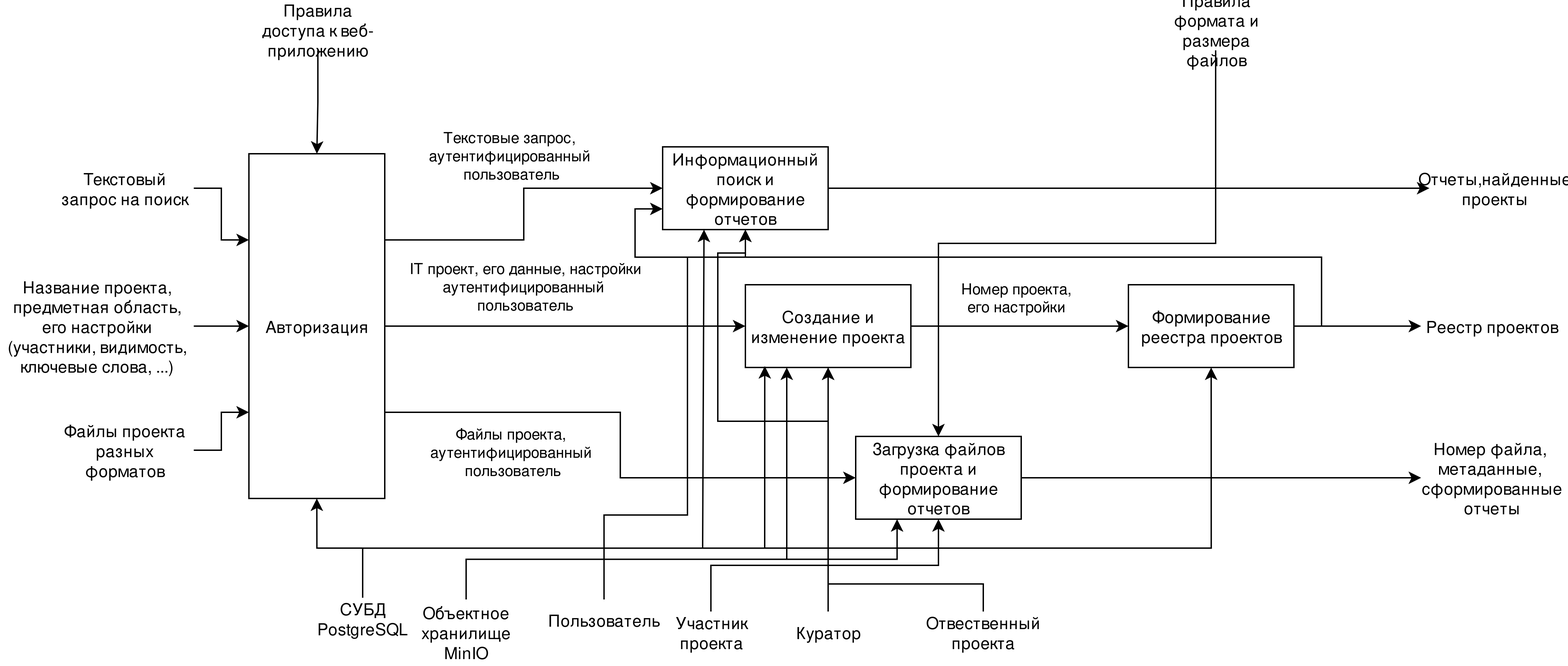
Denisius664/report_projecthub keeps this draw.io diagram as images/idef0_1.png. Above is the earlier version. Source tidied: cells renumbered, new cells last; positions are measured from the earlier drawing's top-left corner, leaving out a move shared by most shapes. Its diagram source:
```xml
<mxGraphModel>
  <root>
    <mxCell id="0" />
    <mxCell id="1" parent="0" />
    <mxCell id="2" style="edgeStyle=orthogonalEdgeStyle;rounded=0;jettySize=auto;html=1;exitX=1;exitY=0.5;exitDx=0;exitDy=0;entryX=0;entryY=0.5;entryDx=0;entryDy=0;" parent="1" edge="1" source="3" target="22">
      <mxGeometry relative="1" as="geometry" />
    </mxCell>
    <mxCell id="3" value="Название проекта, предметная область, его настройки (участники, видимость, ключевые слова, ...)" style="text;html=1;align=center;verticalAlign=middle;whiteSpace=wrap;rounded=0;" parent="1" vertex="1">
      <mxGeometry y="185" width="140" height="90" as="geometry" />
    </mxCell>
    <mxCell id="4" style="edgeStyle=orthogonalEdgeStyle;rounded=0;jettySize=auto;html=1;exitX=0.5;exitY=1;exitDx=0;exitDy=0;entryX=0.5;entryY=0;entryDx=0;entryDy=0;" parent="1" edge="1" source="5" target="22">
      <mxGeometry relative="1" as="geometry" />
    </mxCell>
    <mxCell id="5" value="Правила доступа к веб-приложению" style="text;html=1;align=center;verticalAlign=middle;whiteSpace=wrap;rounded=0;" parent="1" vertex="1">
      <mxGeometry x="180" width="100" height="30" as="geometry" />
    </mxCell>
    <mxCell id="6" style="edgeStyle=orthogonalEdgeStyle;rounded=0;jettySize=auto;html=1;exitX=0.5;exitY=1;exitDx=0;exitDy=0;entryX=0.5;entryY=0;entryDx=0;entryDy=0;" parent="1" edge="1" source="7" target="16">
      <mxGeometry relative="1" as="geometry" />
    </mxCell>
    <mxCell id="7" value="Правила формата и размера файлов" style="text;html=1;align=center;verticalAlign=middle;whiteSpace=wrap;rounded=0;" parent="1" vertex="1">
      <mxGeometry x="832.5" width="97" height="30" as="geometry" />
    </mxCell>
    <mxCell id="8" value="Отчеты,найденные проекты" style="text;html=1;align=center;verticalAlign=middle;whiteSpace=wrap;rounded=0;" parent="1" vertex="1">
      <mxGeometry x="1036" y="100" width="95" height="60" as="geometry" />
    </mxCell>
    <mxCell id="9" style="edgeStyle=orthogonalEdgeStyle;rounded=0;jettySize=auto;html=1;exitX=1;exitY=0.5;exitDx=0;exitDy=0;entryX=0;entryY=0.25;entryDx=0;entryDy=0;" parent="1" edge="1" source="10" target="22">
      <mxGeometry relative="1" as="geometry" />
    </mxCell>
    <mxCell id="10" value="Текстовый запрос на поиск" style="text;html=1;align=center;verticalAlign=middle;whiteSpace=wrap;rounded=0;" parent="1" vertex="1">
      <mxGeometry x="40" y="110" width="100" height="40" as="geometry" />
    </mxCell>
    <mxCell id="11" style="edgeStyle=orthogonalEdgeStyle;rounded=0;jettySize=auto;html=1;exitX=1;exitY=0.5;exitDx=0;exitDy=0;entryX=0;entryY=0.5;entryDx=0;entryDy=0;" parent="1" edge="1" source="12" target="8">
      <mxGeometry relative="1" as="geometry" />
    </mxCell>
    <mxCell id="12" value="Информационный поиск и формирование отчетов" style="rounded=0;whiteSpace=wrap;html=1;" parent="1" vertex="1">
      <mxGeometry x="480" y="100" width="120" height="60" as="geometry" />
    </mxCell>
    <mxCell id="13" style="edgeStyle=orthogonalEdgeStyle;rounded=0;jettySize=auto;html=1;exitX=1;exitY=0.5;exitDx=0;exitDy=0;entryX=0;entryY=0.5;entryDx=0;entryDy=0;" parent="1" edge="1" source="14" target="33">
      <mxGeometry relative="1" as="geometry" />
    </mxCell>
    <mxCell id="14" value="Создание и изменение проекта" style="rounded=0;whiteSpace=wrap;html=1;" parent="1" vertex="1">
      <mxGeometry x="540" y="200" width="120" height="60" as="geometry" />
    </mxCell>
    <mxCell id="15" style="edgeStyle=orthogonalEdgeStyle;rounded=0;jettySize=auto;html=1;exitX=1;exitY=0.5;exitDx=0;exitDy=0;entryX=0;entryY=0.5;entryDx=0;entryDy=0;" parent="1" edge="1" source="16" target="23">
      <mxGeometry relative="1" as="geometry" />
    </mxCell>
    <mxCell id="16" value="Загрузка файлов проекта и формирование отчетов" style="rounded=0;whiteSpace=wrap;html=1;" parent="1" vertex="1">
      <mxGeometry x="620" y="310" width="120" height="60" as="geometry" />
    </mxCell>
    <mxCell id="17" style="edgeStyle=orthogonalEdgeStyle;rounded=0;jettySize=auto;html=1;exitX=1;exitY=0.25;exitDx=0;exitDy=0;entryX=0;entryY=0.5;entryDx=0;entryDy=0;" parent="1" edge="1" source="22" target="12">
      <mxGeometry relative="1" as="geometry" />
    </mxCell>
    <mxCell id="18" value="&lt;div&gt;Текстовые запрос,&amp;nbsp;&lt;/div&gt;&lt;div&gt;аутентифицированный&amp;nbsp;&lt;/div&gt;&lt;div&gt;пользователь&lt;/div&gt;" style="edgeLabel;html=1;align=center;verticalAlign=middle;" parent="17" vertex="1">
      <mxGeometry x="-0.63" y="1" relative="1" as="geometry">
        <mxPoint x="47" y="-61" as="offset" />
      </mxGeometry>
    </mxCell>
    <mxCell id="19" style="edgeStyle=orthogonalEdgeStyle;rounded=0;jettySize=auto;html=1;exitX=1;exitY=0.5;exitDx=0;exitDy=0;entryX=0;entryY=0.5;entryDx=0;entryDy=0;" parent="1" edge="1" source="22" target="14">
      <mxGeometry relative="1" as="geometry" />
    </mxCell>
    <mxCell id="20" style="edgeStyle=orthogonalEdgeStyle;rounded=0;jettySize=auto;html=1;exitX=1;exitY=0.75;exitDx=0;exitDy=0;entryX=0;entryY=0.5;entryDx=0;entryDy=0;" parent="1" edge="1" source="22" target="16">
      <mxGeometry relative="1" as="geometry" />
    </mxCell>
    <mxCell id="21" value="&lt;div&gt;Файлы проекта,&amp;nbsp;&lt;/div&gt;&lt;div&gt;аутентифицированный&amp;nbsp;&lt;/div&gt;&lt;div&gt;пользователь&lt;/div&gt;" style="edgeLabel;html=1;align=center;verticalAlign=middle;" parent="20" vertex="1">
      <mxGeometry x="-0.71" y="1" relative="1" as="geometry">
        <mxPoint x="36" y="29" as="offset" />
      </mxGeometry>
    </mxCell>
    <mxCell id="22" value="Авторизация" style="rounded=0;whiteSpace=wrap;html=1;" parent="1" vertex="1">
      <mxGeometry x="180" y="105" width="98.5" height="250" as="geometry" />
    </mxCell>
    <mxCell id="23" value="&lt;div&gt;Номер файла,&amp;nbsp;&lt;/div&gt;&lt;div&gt;метаданные,&amp;nbsp;&lt;/div&gt;&lt;div&gt;сформированные отчеты&lt;/div&gt;" style="text;html=1;align=center;verticalAlign=middle;whiteSpace=wrap;rounded=0;" parent="1" vertex="1">
      <mxGeometry x="1030" y="307.5" width="102.5" height="65" as="geometry" />
    </mxCell>
    <mxCell id="24" style="edgeStyle=orthogonalEdgeStyle;rounded=0;jettySize=auto;html=1;exitX=0.5;exitY=0;exitDx=0;exitDy=0;entryX=0.5;entryY=1;entryDx=0;entryDy=0;" parent="1" edge="1" source="26" target="14">
      <mxGeometry relative="1" as="geometry">
        <Array as="points">
          <mxPoint x="600" y="417" />
          <mxPoint x="600" y="417" />
        </Array>
      </mxGeometry>
    </mxCell>
    <mxCell id="25" style="edgeStyle=orthogonalEdgeStyle;rounded=0;jettySize=auto;html=1;exitX=0.5;exitY=0;exitDx=0;exitDy=0;entryX=0.5;entryY=1;entryDx=0;entryDy=0;" parent="1" edge="1" source="26" target="12">
      <mxGeometry relative="1" as="geometry">
        <Array as="points">
          <mxPoint x="600" y="299" />
          <mxPoint x="520" y="299" />
          <mxPoint x="520" y="177" />
          <mxPoint x="540" y="177" />
        </Array>
      </mxGeometry>
    </mxCell>
    <mxCell id="26" value="Куратор" style="text;html=1;align=center;verticalAlign=middle;whiteSpace=wrap;rounded=0;" parent="1" vertex="1">
      <mxGeometry x="557.5" y="437" width="85" height="30" as="geometry" />
    </mxCell>
    <mxCell id="27" style="edgeStyle=orthogonalEdgeStyle;rounded=0;jettySize=auto;html=1;exitX=0.5;exitY=0;exitDx=0;exitDy=0;entryX=0.5;entryY=1;entryDx=0;entryDy=0;" parent="1" edge="1" source="28" target="12">
      <mxGeometry relative="1" as="geometry">
        <Array as="points">
          <mxPoint x="438" y="367" />
          <mxPoint x="498" y="367" />
          <mxPoint x="498" y="180" />
          <mxPoint x="540" y="180" />
        </Array>
      </mxGeometry>
    </mxCell>
    <mxCell id="28" value="Пользователь" style="text;html=1;align=center;verticalAlign=middle;whiteSpace=wrap;rounded=0;" parent="1" vertex="1">
      <mxGeometry x="395" y="428.1" width="85" height="30" as="geometry" />
    </mxCell>
    <mxCell id="29" value="&lt;div&gt;IT проект, его данные, настройки&lt;/div&gt;&lt;div&gt;аутентифицированный&amp;nbsp;&lt;/div&gt;&lt;div&gt;пользователь&lt;/div&gt;" style="edgeLabel;html=1;align=center;verticalAlign=middle;" parent="1" vertex="1">
      <mxGeometry x="380" y="200" as="geometry" />
    </mxCell>
    <mxCell id="30" value="&lt;div&gt;Номер проекта,&lt;/div&gt;&lt;div&gt;его настройки&lt;/div&gt;" style="edgeLabel;html=1;align=center;verticalAlign=middle;" parent="1" vertex="1">
      <mxGeometry x="738.2" y="210" as="geometry">
        <mxPoint x="-3" y="-2" as="offset" />
      </mxGeometry>
    </mxCell>
    <mxCell id="31" style="edgeStyle=orthogonalEdgeStyle;rounded=0;jettySize=auto;html=1;exitX=1;exitY=0.5;exitDx=0;exitDy=0;entryX=0;entryY=0.5;entryDx=0;entryDy=0;" parent="1" edge="1" source="33" target="34">
      <mxGeometry relative="1" as="geometry" />
    </mxCell>
    <mxCell id="32" style="edgeStyle=orthogonalEdgeStyle;rounded=0;jettySize=auto;html=1;exitX=1;exitY=0.5;exitDx=0;exitDy=0;entryX=0;entryY=0.75;entryDx=0;entryDy=0;" parent="1" edge="1" source="33" target="12">
      <mxGeometry relative="1" as="geometry" />
    </mxCell>
    <mxCell id="33" value="Формирование реестра проектов" style="rounded=0;whiteSpace=wrap;html=1;" parent="1" vertex="1">
      <mxGeometry x="817.8" y="200" width="120" height="60" as="geometry" />
    </mxCell>
    <mxCell id="34" value="Реестр проектов" style="text;html=1;align=center;verticalAlign=middle;whiteSpace=wrap;rounded=0;" parent="1" vertex="1">
      <mxGeometry x="1030" y="215" width="102.5" height="30" as="geometry" />
    </mxCell>
    <mxCell id="35" style="edgeStyle=orthogonalEdgeStyle;rounded=0;jettySize=auto;html=1;exitX=1;exitY=0.5;exitDx=0;exitDy=0;entryX=0;entryY=0.75;entryDx=0;entryDy=0;" parent="1" edge="1" source="36" target="22">
      <mxGeometry relative="1" as="geometry" />
    </mxCell>
    <mxCell id="36" value="Файлы проекта разных форматов" style="text;html=1;align=center;verticalAlign=middle;whiteSpace=wrap;rounded=0;" parent="1" vertex="1">
      <mxGeometry x="40" y="300" width="100" height="40" as="geometry" />
    </mxCell>
    <mxCell id="37" style="edgeStyle=orthogonalEdgeStyle;rounded=0;jettySize=auto;html=1;exitX=0.5;exitY=0;exitDx=0;exitDy=0;entryX=0.5;entryY=1;entryDx=0;entryDy=0;" parent="1" edge="1" source="38" target="14">
      <mxGeometry relative="1" as="geometry">
        <Array as="points">
          <mxPoint x="713" y="417" />
          <mxPoint x="600" y="417" />
        </Array>
      </mxGeometry>
    </mxCell>
    <mxCell id="38" value="Отвественный проекта" style="text;html=1;align=center;verticalAlign=middle;whiteSpace=wrap;rounded=0;" parent="1" vertex="1">
      <mxGeometry x="670" y="437" width="85" height="30" as="geometry" />
    </mxCell>
    <mxCell id="39" style="edgeStyle=orthogonalEdgeStyle;rounded=0;jettySize=auto;html=1;exitX=0.5;exitY=0;exitDx=0;exitDy=0;entryX=0.5;entryY=1;entryDx=0;entryDy=0;" parent="1" edge="1" source="40" target="16">
      <mxGeometry relative="1" as="geometry" />
    </mxCell>
    <mxCell id="40" value="Участник проекта" style="text;html=1;align=center;verticalAlign=middle;whiteSpace=wrap;rounded=0;" parent="1" vertex="1">
      <mxGeometry x="472.5" y="437" width="85" height="30" as="geometry" />
    </mxCell>
    <mxCell id="41" value="Объектное хранилище MinIO" style="text;html=1;align=center;verticalAlign=middle;whiteSpace=wrap;rounded=0;" parent="1" vertex="1">
      <mxGeometry x="295" y="428.1" width="85" height="47.8" as="geometry" />
    </mxCell>
    <mxCell id="42" value="&lt;div&gt;СУБД PostgreSQL&lt;/div&gt;" style="text;html=1;align=center;verticalAlign=middle;whiteSpace=wrap;rounded=0;" parent="1" vertex="1">
      <mxGeometry x="220" y="427" width="85" height="30" as="geometry" />
    </mxCell>
    <mxCell id="43" style="endArrow=classic;html=1;rounded=0;edgeStyle=orthogonalEdgeStyle;exitX=0.5;exitY=0;exitDx=0;exitDy=0;entryX=0.5;entryY=1;entryDx=0;entryDy=0;" parent="1" edge="1" source="42" target="22">
      <mxGeometry relative="1" as="geometry" />
    </mxCell>
    <mxCell id="44" style="endArrow=classic;html=1;rounded=0;edgeStyle=orthogonalEdgeStyle;entryX=0.117;entryY=0.983;entryDx=0;entryDy=0;entryPerimeter=0;" parent="1" edge="1" target="14">
      <mxGeometry relative="1" as="geometry">
        <mxPoint x="261" y="391" as="sourcePoint" />
      </mxGeometry>
    </mxCell>
    <mxCell id="45" style="endArrow=classic;html=1;rounded=0;entryX=0.25;entryY=1;entryDx=0;entryDy=0;startSize=6;" parent="1" edge="1" target="12">
      <mxGeometry relative="1" as="geometry">
        <mxPoint x="509" y="391" as="sourcePoint" />
      </mxGeometry>
    </mxCell>
    <mxCell id="46" style="endArrow=classic;html=1;rounded=0;edgeStyle=orthogonalEdgeStyle;elbow=vertical;entryX=0.5;entryY=1;entryDx=0;entryDy=0;" parent="1" edge="1" target="33">
      <mxGeometry relative="1" as="geometry">
        <mxPoint x="554" y="391" as="sourcePoint" />
      </mxGeometry>
    </mxCell>
    <mxCell id="47" style="endArrow=classic;html=1;rounded=0;exitX=0.5;exitY=0;exitDx=0;exitDy=0;edgeStyle=orthogonalEdgeStyle;entryX=0.25;entryY=1;entryDx=0;entryDy=0;" parent="1" edge="1" source="41" target="16">
      <mxGeometry relative="1" as="geometry" />
    </mxCell>
    <mxCell id="48" style="endArrow=classic;html=1;rounded=0;entryX=0.25;entryY=1;entryDx=0;entryDy=0;" parent="1" edge="1" target="14">
      <mxGeometry relative="1" as="geometry">
        <mxPoint x="570" y="399" as="sourcePoint" />
      </mxGeometry>
    </mxCell>
  </root>
</mxGraphModel>
```
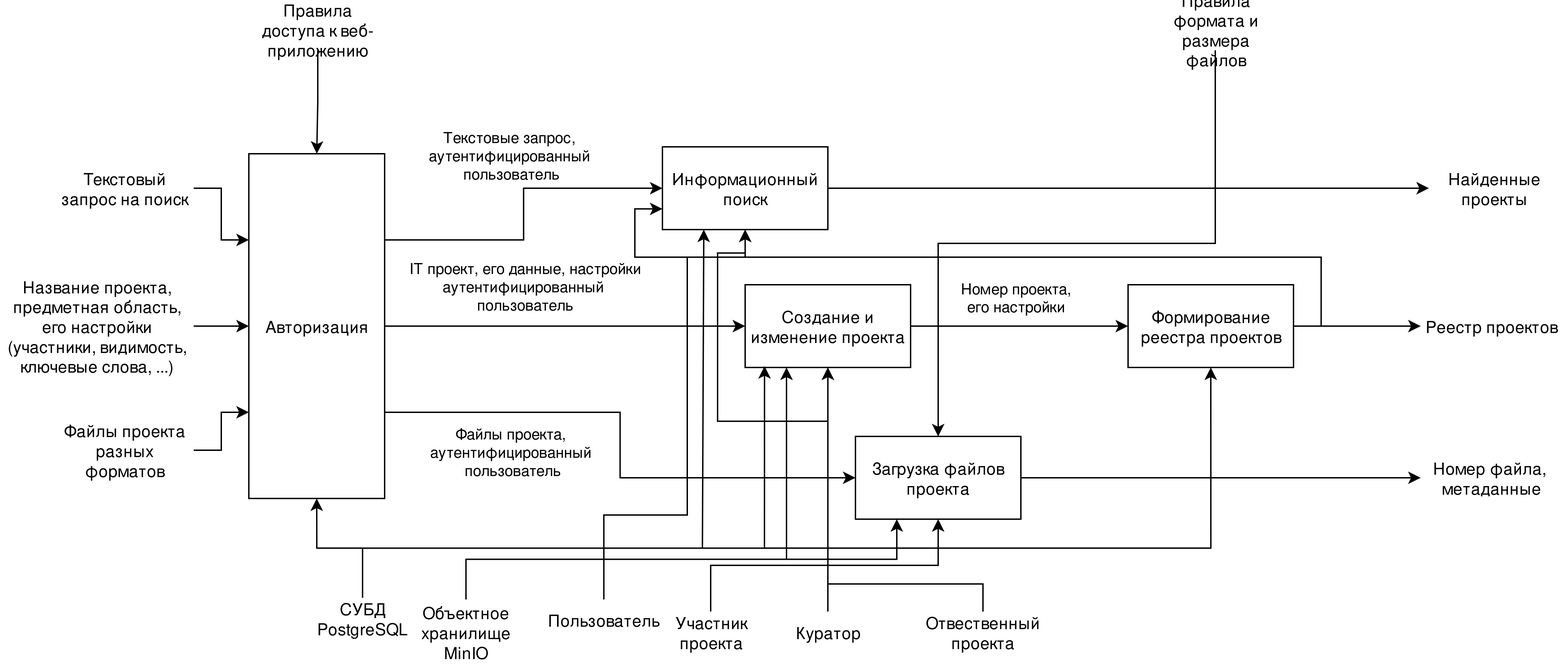
After the commit.

Commit message:
fix: Убрал отчеты из диаграмм

What changed in the source:
```diff
@@ -20,7 +20,7 @@
     <mxCell id="7" value="Правила формата и размера файлов" style="text;html=1;align=center;verticalAlign=middle;whiteSpace=wrap;rounded=0;" parent="1" vertex="1">
       <mxGeometry x="832.5" width="97" height="30" as="geometry" />
     </mxCell>
-    <mxCell id="8" value="Отчеты,найденные проекты" style="text;html=1;align=center;verticalAlign=middle;whiteSpace=wrap;rounded=0;" parent="1" vertex="1">
+    <mxCell id="8" value="Найденные проекты" style="text;html=1;align=center;verticalAlign=middle;whiteSpace=wrap;rounded=0;" parent="1" vertex="1">
       <mxGeometry x="1036" y="100" width="95" height="60" as="geometry" />
     </mxCell>
     <mxCell id="9" style="edgeStyle=orthogonalEdgeStyle;rounded=0;jettySize=auto;html=1;exitX=1;exitY=0.5;exitDx=0;exitDy=0;entryX=0;entryY=0.25;entryDx=0;entryDy=0;" parent="1" edge="1" source="10" target="22">
@@ -32,7 +32,7 @@
     <mxCell id="11" style="edgeStyle=orthogonalEdgeStyle;rounded=0;jettySize=auto;html=1;exitX=1;exitY=0.5;exitDx=0;exitDy=0;entryX=0;entryY=0.5;entryDx=0;entryDy=0;" parent="1" edge="1" source="12" target="8">
       <mxGeometry relative="1" as="geometry" />
     </mxCell>
-    <mxCell id="12" value="Информационный поиск и формирование отчетов" style="rounded=0;whiteSpace=wrap;html=1;" parent="1" vertex="1">
+    <mxCell id="12" value="Информационный поиск" style="rounded=0;whiteSpace=wrap;html=1;" parent="1" vertex="1">
       <mxGeometry x="480" y="100" width="120" height="60" as="geometry" />
     </mxCell>
     <mxCell id="13" style="edgeStyle=orthogonalEdgeStyle;rounded=0;jettySize=auto;html=1;exitX=1;exitY=0.5;exitDx=0;exitDy=0;entryX=0;entryY=0.5;entryDx=0;entryDy=0;" parent="1" edge="1" source="14" target="33">
@@ -44,7 +44,7 @@
     <mxCell id="15" style="edgeStyle=orthogonalEdgeStyle;rounded=0;jettySize=auto;html=1;exitX=1;exitY=0.5;exitDx=0;exitDy=0;entryX=0;entryY=0.5;entryDx=0;entryDy=0;" parent="1" edge="1" source="16" target="23">
       <mxGeometry relative="1" as="geometry" />
     </mxCell>
-    <mxCell id="16" value="Загрузка файлов проекта и формирование отчетов" style="rounded=0;whiteSpace=wrap;html=1;" parent="1" vertex="1">
+    <mxCell id="16" value="Загрузка файлов проекта" style="rounded=0;whiteSpace=wrap;html=1;" parent="1" vertex="1">
       <mxGeometry x="620" y="310" width="120" height="60" as="geometry" />
     </mxCell>
     <mxCell id="17" style="edgeStyle=orthogonalEdgeStyle;rounded=0;jettySize=auto;html=1;exitX=1;exitY=0.25;exitDx=0;exitDy=0;entryX=0;entryY=0.5;entryDx=0;entryDy=0;" parent="1" edge="1" source="22" target="12">
@@ -69,7 +69,7 @@
     <mxCell id="22" value="Авторизация" style="rounded=0;whiteSpace=wrap;html=1;" parent="1" vertex="1">
       <mxGeometry x="180" y="105" width="98.5" height="250" as="geometry" />
     </mxCell>
-    <mxCell id="23" value="&lt;div&gt;Номер файла,&amp;nbsp;&lt;/div&gt;&lt;div&gt;метаданные,&amp;nbsp;&lt;/div&gt;&lt;div&gt;сформированные отчеты&lt;/div&gt;" style="text;html=1;align=center;verticalAlign=middle;whiteSpace=wrap;rounded=0;" parent="1" vertex="1">
+    <mxCell id="23" value="&lt;div&gt;Номер файла,&amp;nbsp;&lt;/div&gt;&lt;div&gt;метаданные&lt;/div&gt;" style="text;html=1;align=center;verticalAlign=middle;whiteSpace=wrap;rounded=0;" parent="1" vertex="1">
       <mxGeometry x="1030" y="307.5" width="102.5" height="65" as="geometry" />
     </mxCell>
     <mxCell id="24" style="edgeStyle=orthogonalEdgeStyle;rounded=0;jettySize=auto;html=1;exitX=0.5;exitY=0;exitDx=0;exitDy=0;entryX=0.5;entryY=1;entryDx=0;entryDy=0;" parent="1" edge="1" source="26" target="14">
```
